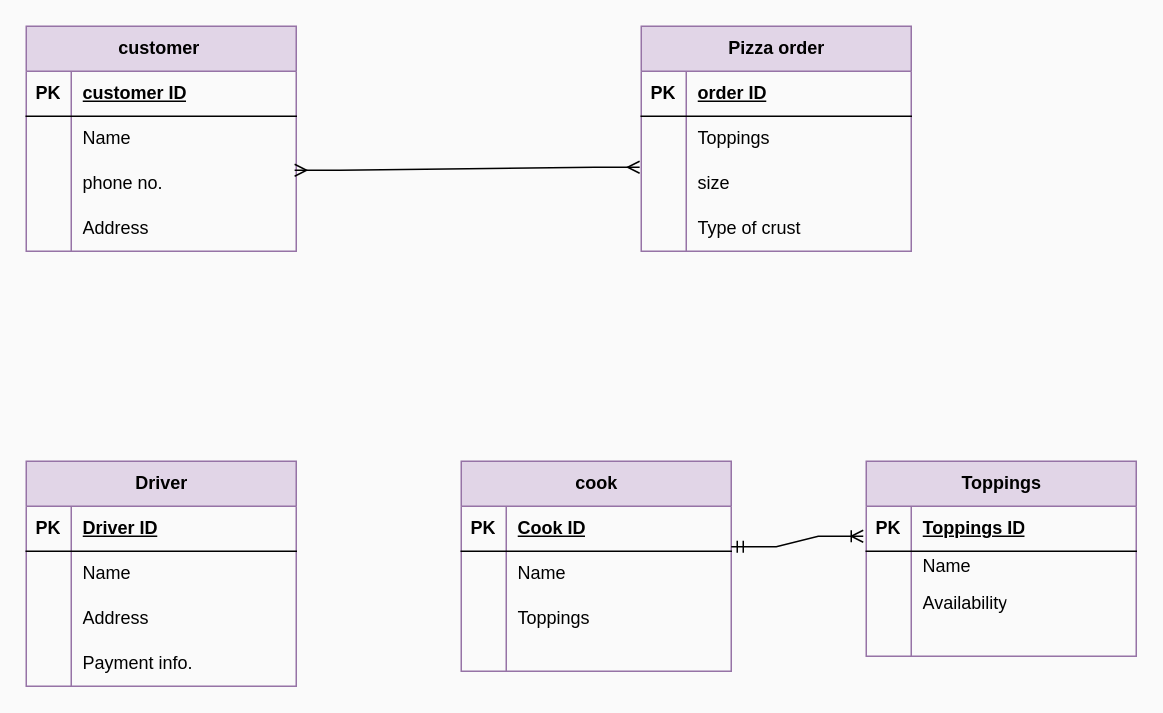
Above: Untitled Diagram.drawio in Yuna529/yuna529 (draw.io), before the change. Source tidied: cells renumbered, new cells numbered last; positions are measured from the earlier drawing's top-left corner, leaving out a move shared by most shapes. Both pictures are drawn from the tidied source at 150%, with x=0, y=0 at pixel (26, 26).
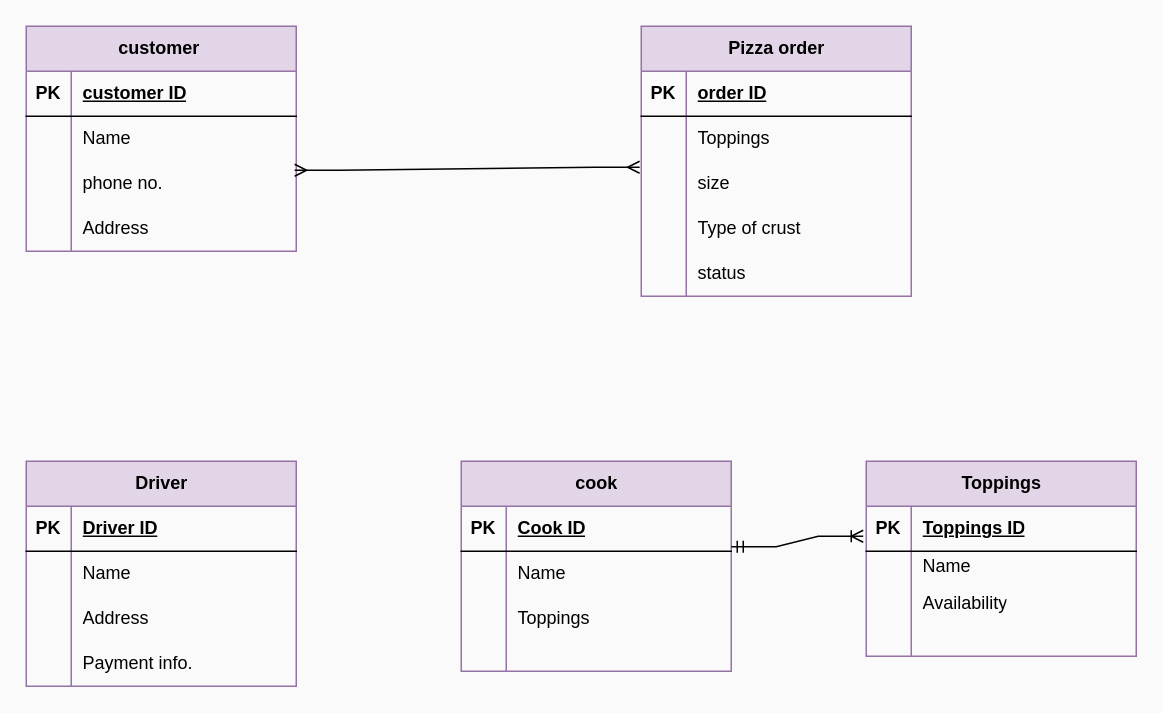
After the change.

Change to the diagram source:
```diff
@@
     <mxCell id="28" value="Pizza order" style="shape=table;startSize=30;childLayout=tableLayout;rowLines=0;fontStyle=1;align=center;html=1;fillColor=#e1d5e7;strokeColor=#9673a6;" parent="1" vertex="1">
-      <mxGeometry x="410" width="180" height="150" as="geometry" />
+      <mxGeometry x="410" width="180" height="180" as="geometry" />
     </mxCell>
@@
+    <mxCell id="69" style="shape=tableRow;horizontal=0;startSize=0;swimlaneHead=0;swimlaneBody=0;fillColor=none;top=0;left=0;right=0;bottom=0;" parent="28" vertex="1">
+      <mxGeometry y="150" width="180" height="30" as="geometry" />
+    </mxCell>
+    <mxCell id="70" style="shape=partialRectangle;fillColor=none;top=0;left=0;bottom=0;right=0;overflow=hidden;whiteSpace=wrap;html=1;" parent="69" vertex="1">
+      <mxGeometry width="30" height="30" as="geometry" />
+    </mxCell>
+    <mxCell id="71" value="status" style="shape=partialRectangle;fillColor=none;top=0;left=0;bottom=0;right=0;align=left;spacingLeft=6;overflow=hidden;whiteSpace=wrap;html=1;" parent="69" vertex="1">
+      <mxGeometry x="30" width="150" height="30" as="geometry" />
+    </mxCell>
```
